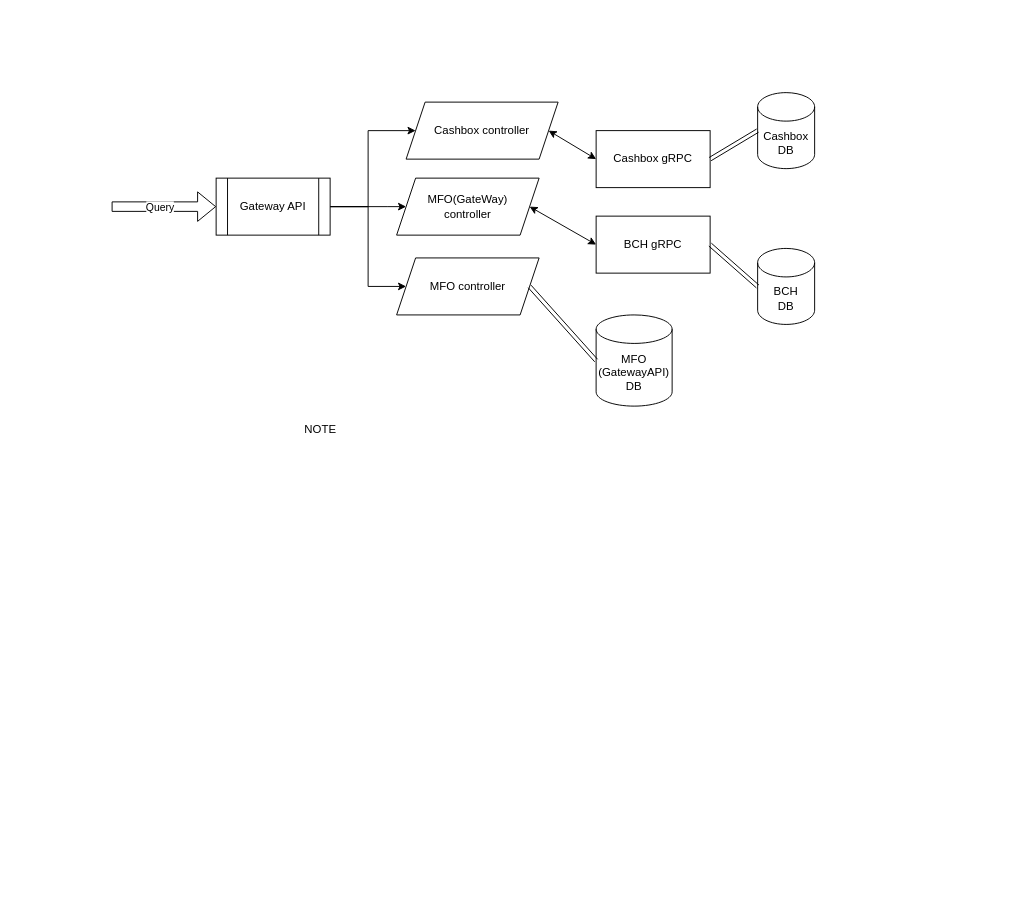
Before: MFO services.drawio in Alebardist/MFO, a draw.io diagram. Source tidied: cells renumbered, new cells numbered last; positions are measured from the earlier drawing's top-left corner, leaving out a move shared by most shapes. Both pictures are drawn from the tidied source at 95%, with x=0, y=0 at pixel (111, 92).
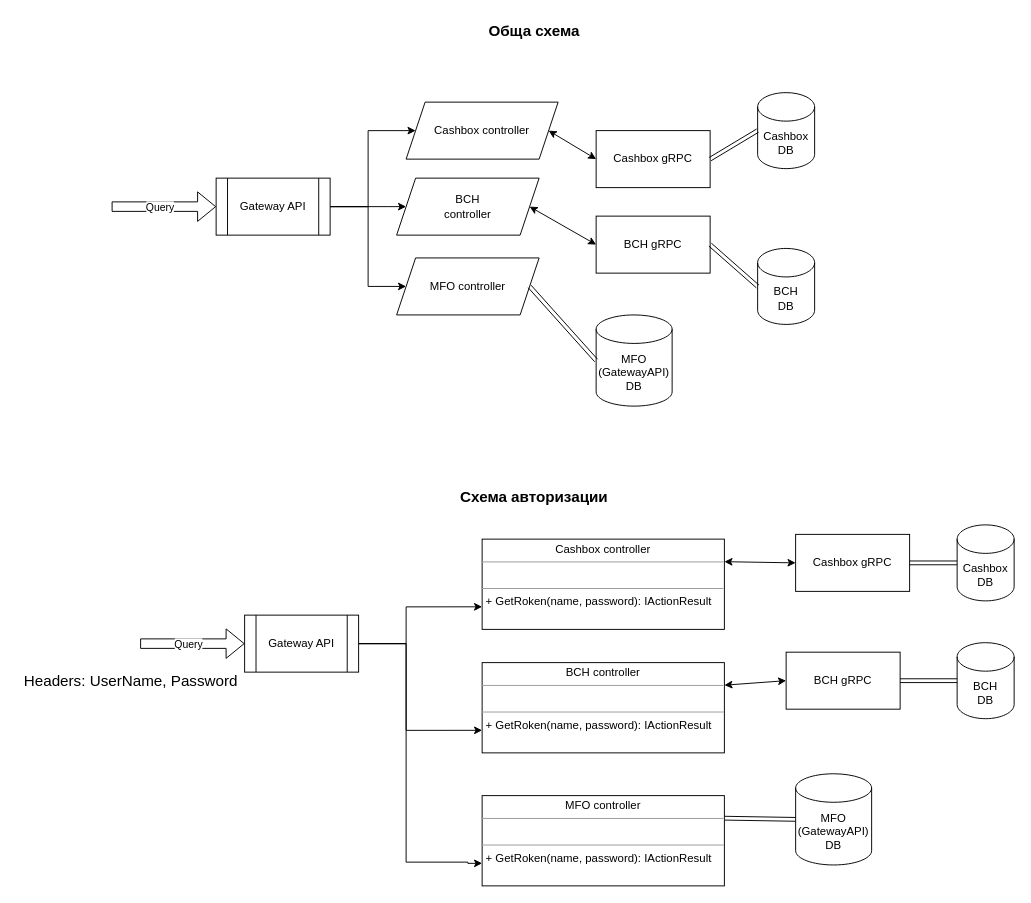
The same diagram, later.

The edit, as a diff of the source:
```diff
@@
-    <mxCell id="2" value="NOTE" style="text;html=1;strokeColor=none;fillColor=none;align=center;verticalAlign=middle;whiteSpace=wrap;rounded=0;" parent="1" vertex="1">
-      <mxGeometry x="190" y="340" width="60" height="30" as="geometry" />
+    <mxCell id="2" value="&lt;b&gt;&lt;font style=&quot;font-size: 16px&quot;&gt;Обща схема&lt;/font&gt;&lt;/b&gt;" style="text;html=1;strokeColor=none;fillColor=none;align=center;verticalAlign=middle;whiteSpace=wrap;rounded=0;" parent="1" vertex="1">
+      <mxGeometry x="370" y="-80" width="150" height="30" as="geometry" />
     </mxCell>
@@
-    <mxCell id="11" value="&lt;div&gt;MFO(GateWay)&lt;/div&gt;&lt;div&gt;controller&lt;/div&gt;" style="shape=parallelogram;perimeter=parallelogramPerimeter;whiteSpace=wrap;html=1;fixedSize=1;" parent="1" vertex="1">
+    <mxCell id="11" value="&lt;div&gt;BCH&lt;/div&gt;&lt;div&gt;controller&lt;/div&gt;" style="shape=parallelogram;perimeter=parallelogramPerimeter;whiteSpace=wrap;html=1;fixedSize=1;" parent="1" vertex="1">
       <mxGeometry x="300" y="90" width="150" height="60" as="geometry" />
     </mxCell>
@@
+    <mxCell id="22" value="&lt;font style=&quot;font-size: 16px&quot;&gt;&lt;b&gt;Схема авторизации&lt;br&gt;&lt;/b&gt;&lt;/font&gt;" style="text;html=1;strokeColor=none;fillColor=none;align=center;verticalAlign=middle;whiteSpace=wrap;rounded=0;" parent="1" vertex="1">
+      <mxGeometry x="360" y="410" width="170" height="30" as="geometry" />
+    </mxCell>
+    <mxCell id="23" value="&lt;div&gt;BCH&lt;/div&gt;&lt;div&gt;DB&lt;/div&gt;" style="shape=cylinder3;whiteSpace=wrap;html=1;boundedLbl=1;backgroundOutline=1;size=15;" parent="1" vertex="1">
+      <mxGeometry x="890" y="579" width="60" height="80" as="geometry" />
+    </mxCell>
+    <mxCell id="24" value="Cashbox DB" style="shape=cylinder3;whiteSpace=wrap;html=1;boundedLbl=1;backgroundOutline=1;size=15;" parent="1" vertex="1">
+      <mxGeometry x="890" y="455" width="60" height="80" as="geometry" />
+    </mxCell>
+    <mxCell id="25" style="edgeStyle=orthogonalEdgeStyle;rounded=0;jettySize=auto;html=1;exitX=1;exitY=0.5;exitDx=0;exitDy=0;entryX=0;entryY=0.75;entryDx=0;entryDy=0;fontSize=16;" parent="1" edge="1" source="28" target="41">
+      <mxGeometry relative="1" as="geometry">
+        <Array as="points">
+          <mxPoint x="310" y="580" />
+          <mxPoint x="310" y="810" />
+          <mxPoint x="375" y="810" />
+          <mxPoint x="375" y="811" />
+        </Array>
+      </mxGeometry>
+    </mxCell>
+    <mxCell id="26" style="edgeStyle=orthogonalEdgeStyle;rounded=0;jettySize=auto;html=1;exitX=1;exitY=0.5;exitDx=0;exitDy=0;entryX=0;entryY=0.75;entryDx=0;entryDy=0;fontSize=16;" parent="1" edge="1" source="28" target="40">
+      <mxGeometry relative="1" as="geometry">
+        <Array as="points">
+          <mxPoint x="310" y="580" />
+          <mxPoint x="310" y="541" />
+        </Array>
+      </mxGeometry>
+    </mxCell>
+    <mxCell id="27" style="edgeStyle=orthogonalEdgeStyle;rounded=0;jettySize=auto;html=1;exitX=1;exitY=0.5;exitDx=0;exitDy=0;entryX=0;entryY=0.75;entryDx=0;entryDy=0;fontSize=16;" parent="1" edge="1" source="28" target="39">
+      <mxGeometry relative="1" as="geometry">
+        <Array as="points">
+          <mxPoint x="310" y="580" />
+          <mxPoint x="310" y="671" />
+        </Array>
+      </mxGeometry>
+    </mxCell>
+    <mxCell id="28" value="Gateway API" style="shape=process;whiteSpace=wrap;html=1;backgroundOutline=1;" parent="1" vertex="1">
+      <mxGeometry x="140" y="550" width="120" height="60" as="geometry" />
+    </mxCell>
+    <mxCell id="29" value="Cashbox gRPC" style="rounded=0;whiteSpace=wrap;html=1;" parent="1" vertex="1">
+      <mxGeometry x="720" y="465" width="120" height="60" as="geometry" />
+    </mxCell>
+    <mxCell id="30" value="BCH gRPC" style="rounded=0;whiteSpace=wrap;html=1;" parent="1" vertex="1">
+      <mxGeometry x="710" y="589" width="120" height="60" as="geometry" />
+    </mxCell>
+    <mxCell id="31" style="endArrow=classic;startArrow=classic;html=1;rounded=0;entryX=0;entryY=0.5;entryDx=0;entryDy=0;exitX=1;exitY=0.25;exitDx=0;exitDy=0;" parent="1" edge="1" source="40" target="29">
+      <mxGeometry relative="1" as="geometry" />
+    </mxCell>
+    <mxCell id="32" style="endArrow=classic;startArrow=classic;html=1;rounded=0;entryX=0;entryY=0.5;entryDx=0;entryDy=0;exitX=1;exitY=0.25;exitDx=0;exitDy=0;" parent="1" edge="1" source="39" target="30">
+      <mxGeometry relative="1" as="geometry" />
+    </mxCell>
+    <mxCell id="33" style="shape=link;html=1;rounded=0;exitX=1;exitY=0.5;exitDx=0;exitDy=0;entryX=0;entryY=0.5;entryDx=0;entryDy=0;entryPerimeter=0;" parent="1" edge="1" source="29" target="24">
+      <mxGeometry relative="1" as="geometry" />
+    </mxCell>
+    <mxCell id="34" style="shape=link;html=1;rounded=0;exitX=1;exitY=0.5;exitDx=0;exitDy=0;entryX=0;entryY=0.5;entryDx=0;entryDy=0;entryPerimeter=0;" parent="1" edge="1" source="30" target="23">
+      <mxGeometry relative="1" as="geometry" />
+    </mxCell>
+    <mxCell id="35" value="MFO&lt;div&gt;(GatewayAPI)&lt;br&gt;&lt;/div&gt;&lt;div&gt;DB&lt;/div&gt;" style="shape=cylinder3;whiteSpace=wrap;html=1;boundedLbl=1;backgroundOutline=1;size=15;" parent="1" vertex="1">
+      <mxGeometry x="720" y="717" width="80" height="96" as="geometry" />
+    </mxCell>
+    <mxCell id="36" style="shape=link;html=1;rounded=0;exitX=1;exitY=0.25;exitDx=0;exitDy=0;entryX=0;entryY=0.5;entryDx=0;entryDy=0;entryPerimeter=0;" parent="1" edge="1" source="41" target="35">
+      <mxGeometry relative="1" as="geometry" />
+    </mxCell>
+    <mxCell id="37" style="shape=flexArrow;endArrow=classic;html=1;rounded=0;entryX=0;entryY=0.5;entryDx=0;entryDy=0;" parent="1" edge="1" target="28">
+      <mxGeometry relative="1" as="geometry">
+        <mxPoint x="30" y="580" as="sourcePoint" />
+      </mxGeometry>
+    </mxCell>
+    <mxCell id="38" value="Query" style="edgeLabel;html=1;align=center;verticalAlign=middle;" parent="37" vertex="1">
+      <mxGeometry x="0.27" y="-3" relative="1" as="geometry">
+        <mxPoint x="-20" y="-3" as="offset" />
+      </mxGeometry>
+    </mxCell>
+    <mxCell id="39" value="&lt;p style=&quot;margin: 0px ; margin-top: 4px ; text-align: center&quot;&gt;BCH controller&lt;/p&gt;&lt;p style=&quot;margin: 0px ; margin-top: 4px ; text-align: center&quot;&gt;&lt;/p&gt;&lt;hr size=&quot;1&quot;&gt;&lt;p style=&quot;margin: 0px ; margin-left: 4px&quot;&gt;&lt;br&gt;&lt;/p&gt;&lt;hr size=&quot;1&quot;&gt;&lt;p style=&quot;margin: 0px ; margin-left: 4px&quot;&gt;+ GetRoken(name, password): IActionResult&lt;/p&gt;" style="verticalAlign=top;align=left;overflow=fill;fontSize=12;fontFamily=Helvetica;html=1;" parent="1" vertex="1">
+      <mxGeometry x="390" y="600" width="255" height="95" as="geometry" />
+    </mxCell>
+    <mxCell id="40" value="&lt;p style=&quot;margin: 0px ; margin-top: 4px ; text-align: center&quot;&gt;Cashbox controller&lt;/p&gt;&lt;hr size=&quot;1&quot;&gt;&lt;p style=&quot;margin: 0px ; margin-left: 4px&quot;&gt;&lt;br&gt;&lt;/p&gt;&lt;hr size=&quot;1&quot;&gt;&lt;p style=&quot;margin: 0px ; margin-left: 4px&quot;&gt;+ GetRoken(name, password): IActionResult&lt;/p&gt;" style="verticalAlign=top;align=left;overflow=fill;fontSize=12;fontFamily=Helvetica;html=1;" parent="1" vertex="1">
+      <mxGeometry x="390" y="470" width="255" height="95" as="geometry" />
+    </mxCell>
+    <mxCell id="41" value="&lt;p style=&quot;margin: 0px ; margin-top: 4px ; text-align: center&quot;&gt;MFO controller&lt;/p&gt;&lt;p style=&quot;margin: 0px ; margin-top: 4px ; text-align: center&quot;&gt;&lt;/p&gt;&lt;hr size=&quot;1&quot;&gt;&lt;p style=&quot;margin: 0px ; margin-left: 4px&quot;&gt;&lt;br&gt;&lt;/p&gt;&lt;hr size=&quot;1&quot;&gt;&lt;p style=&quot;margin: 0px ; margin-left: 4px&quot;&gt;+ GetRoken(name, password): IActionResult&lt;/p&gt;" style="verticalAlign=top;align=left;overflow=fill;fontSize=12;fontFamily=Helvetica;html=1;" parent="1" vertex="1">
+      <mxGeometry x="390" y="740" width="255" height="95" as="geometry" />
+    </mxCell>
+    <mxCell id="42" value="Headers: UserName, Password" style="text;html=1;align=center;verticalAlign=middle;strokeColor=none;fillColor=none;fontSize=16;" parent="1" vertex="1">
+      <mxGeometry x="-100" y="609" width="240" height="20" as="geometry" />
+    </mxCell>
```
